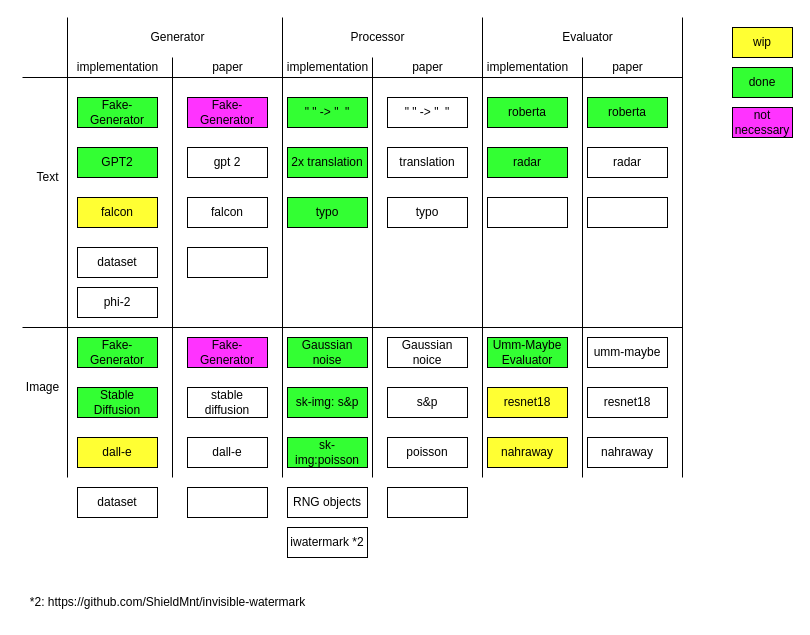
Ctrl-Alt-Defeat-Foundation-Models/informatiCup2024 keeps this draw.io diagram as documentation/Overview ImplementationPaper.drawio. Above is the earlier version. Source tidied: cells renumbered, new cells numbered last; positions are measured from the earlier drawing's top-left corner, leaving out a move shared by most shapes. Both pictures are drawn from the tidied source at 100%, with x=0, y=0 at pixel (17, 17).
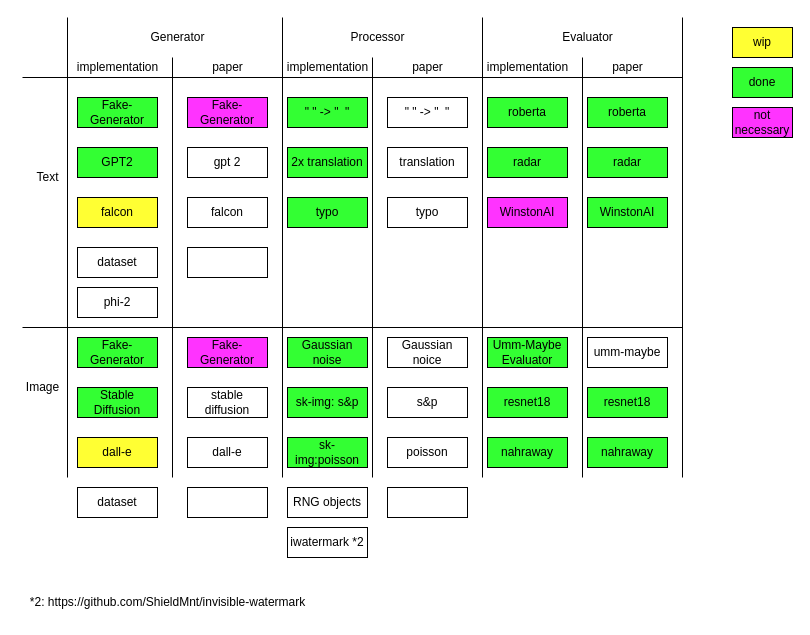
The same page after the edit.

Change to the diagram source:
```diff
@@
-    <mxCell id="16" style="rounded=0;whiteSpace=wrap;html=1;" parent="1" vertex="1">
+    <mxCell id="16" value="WinstonAI" style="rounded=0;whiteSpace=wrap;html=1;fillColor=#FF33FF;" parent="1" vertex="1">
       <mxGeometry x="470" y="180" width="80" height="30" as="geometry" />
     </mxCell>
@@
-    <mxCell id="22" value="resnet18" style="rounded=0;whiteSpace=wrap;html=1;fillColor=#FFFF33;" parent="1" vertex="1">
+    <mxCell id="22" value="resnet18" style="rounded=0;whiteSpace=wrap;html=1;fillColor=#33FF33;" parent="1" vertex="1">
       <mxGeometry x="470" y="370" width="80" height="30" as="geometry" />
     </mxCell>
-    <mxCell id="23" value="nahraway" style="rounded=0;whiteSpace=wrap;html=1;fillColor=#FFFF33;" parent="1" vertex="1">
+    <mxCell id="23" value="nahraway" style="rounded=0;whiteSpace=wrap;html=1;fillColor=#33FF33;" parent="1" vertex="1">
       <mxGeometry x="470" y="420" width="80" height="30" as="geometry" />
     </mxCell>
@@
-    <mxCell id="42" value="radar" style="rounded=0;whiteSpace=wrap;html=1;fillColor=#FFFFFF;" parent="1" vertex="1">
+    <mxCell id="42" value="radar" style="rounded=0;whiteSpace=wrap;html=1;fillColor=#33FF33;" parent="1" vertex="1">
       <mxGeometry x="570" y="130" width="80" height="30" as="geometry" />
     </mxCell>
-    <mxCell id="43" style="rounded=0;whiteSpace=wrap;html=1;" parent="1" vertex="1">
+    <mxCell id="43" value="WinstonAI" style="rounded=0;whiteSpace=wrap;html=1;fillColor=#33FF33;" parent="1" vertex="1">
       <mxGeometry x="570" y="180" width="80" height="30" as="geometry" />
     </mxCell>
@@
-    <mxCell id="51" value="resnet18" style="rounded=0;whiteSpace=wrap;html=1;" parent="1" vertex="1">
+    <mxCell id="51" value="resnet18" style="rounded=0;whiteSpace=wrap;html=1;fillColor=#33FF33;" parent="1" vertex="1">
       <mxGeometry x="570" y="370" width="80" height="30" as="geometry" />
     </mxCell>
-    <mxCell id="52" value="nahraway" style="rounded=0;whiteSpace=wrap;html=1;" parent="1" vertex="1">
+    <mxCell id="52" value="nahraway" style="rounded=0;whiteSpace=wrap;html=1;fillColor=#33FF33;" parent="1" vertex="1">
       <mxGeometry x="570" y="420" width="80" height="30" as="geometry" />
     </mxCell>
```
